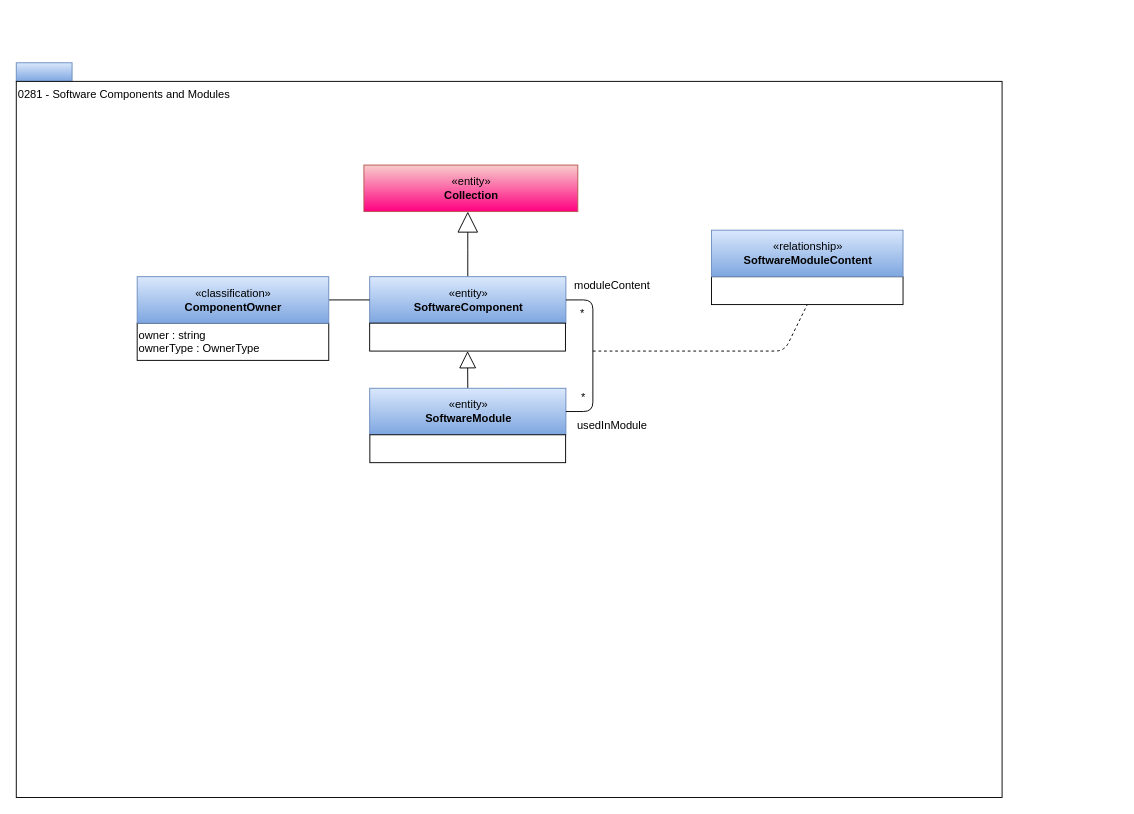
Above: page "0281-Software-Modules" (17 of 19) of open-metadata-publication/website/open-metadata-types/area-2-assets.drawio in odpi/egeria (draw.io), before the change. Source tidied: cells renumbered, new cells numbered last; positions are measured from the earlier drawing's top-left corner, leaving out a move shared by most shapes. Both pictures are drawn from the tidied source at 93%, with x=0, y=0 at pixel (16, 62).
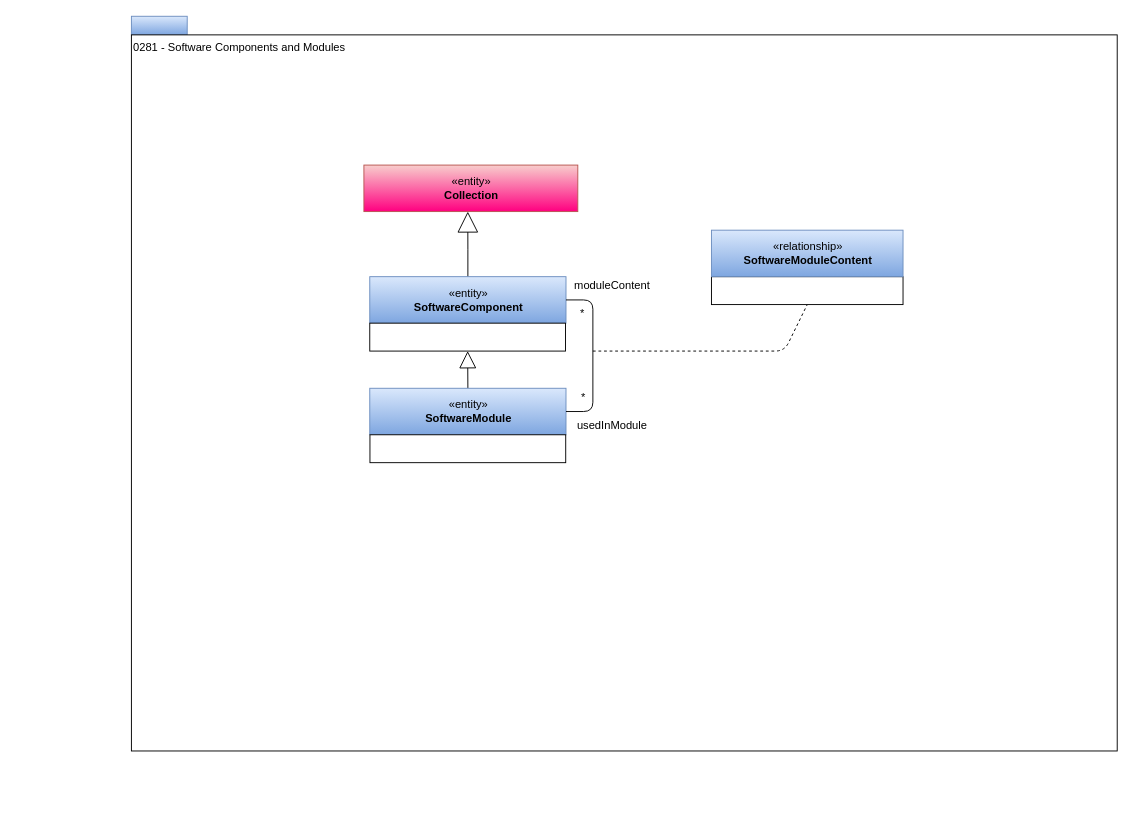
After the change.

What changed in the source:
```diff
@@
     <mxCell id="2" style="rounded=0;whiteSpace=wrap;html=1;align=left;fillColor=#dae8fc;strokeColor=#6c8ebf;gradientColor=#7ea6e0;" parent="1" vertex="1">
-      <mxGeometry width="60" height="20" as="geometry" />
+      <mxGeometry x="123.8" y="-50" width="60" height="20" as="geometry" />
     </mxCell>
     <mxCell id="3" value="0281 - Software Components and Modules" style="rounded=0;whiteSpace=wrap;html=1;align=left;verticalAlign=top;" parent="1" vertex="1">
-      <mxGeometry y="20" width="1060" height="770" as="geometry" />
+      <mxGeometry x="123.8" y="-30" width="1060" height="770" as="geometry" />
     </mxCell>
@@
     <mxCell id="5" value="«entity»&lt;br&gt;&lt;b&gt;SoftwareComponent&lt;/b&gt;" style="html=1;strokeColor=#6c8ebf;align=center;fillColor=#dae8fc;gradientColor=#7ea6e0;" parent="1" vertex="1">
-      <mxGeometry x="380" y="230" width="211" height="50" as="geometry" />
+      <mxGeometry x="380.1" y="230" width="211" height="50" as="geometry" />
     </mxCell>
@@
     <mxCell id="7" value="«entity»&lt;br&gt;&lt;b&gt;SoftwareModule&lt;/b&gt;" style="html=1;strokeColor=#6c8ebf;align=center;fillColor=#dae8fc;gradientColor=#7ea6e0;" parent="1" vertex="1">
-      <mxGeometry x="380" y="350" width="211" height="50" as="geometry" />
+      <mxGeometry x="380.1" y="350" width="211" height="50" as="geometry" />
     </mxCell>
@@
-    <mxCell id="17" style="edgeStyle=orthogonalEdgeStyle;rounded=0;jettySize=auto;html=1;exitX=1;exitY=0.5;exitDx=0;exitDy=0;endArrow=none;endFill=0;" parent="1" edge="1" source="19" target="5">
-      <mxGeometry relative="1" as="geometry" />
-    </mxCell>
-    <mxCell id="18" value="owner : string&lt;br&gt;ownerType : OwnerType" style="rounded=0;whiteSpace=wrap;html=1;strokeColor=#000000;gradientColor=#ffffff;align=left;" parent="1" vertex="1">
-      <mxGeometry x="130" y="280" width="206" height="40" as="geometry" />
-    </mxCell>
-    <mxCell id="19" value="«classification»&lt;br&gt;&lt;b&gt;ComponentOwner&lt;/b&gt;" style="html=1;strokeColor=#6c8ebf;align=center;fillColor=#dae8fc;gradientColor=#7ea6e0;" parent="1" vertex="1">
-      <mxGeometry x="130" y="230" width="206" height="50" as="geometry" />
-    </mxCell>
     <mxCell id="20" style="rounded=0;whiteSpace=wrap;html=1;strokeColor=#000000;gradientColor=#ffffff;align=left;" parent="1" vertex="1">
-      <mxGeometry x="380" y="280" width="210.5" height="30" as="geometry" />
+      <mxGeometry x="380.1" y="280" width="210.5" height="30" as="geometry" />
     </mxCell>
     <mxCell id="21" style="rounded=0;whiteSpace=wrap;html=1;strokeColor=#000000;gradientColor=#ffffff;align=left;" parent="1" vertex="1">
-      <mxGeometry x="380.2" y="400" width="210.5" height="30" as="geometry" />
+      <mxGeometry x="380.3" y="400" width="210.5" height="30" as="geometry" />
     </mxCell>
```
